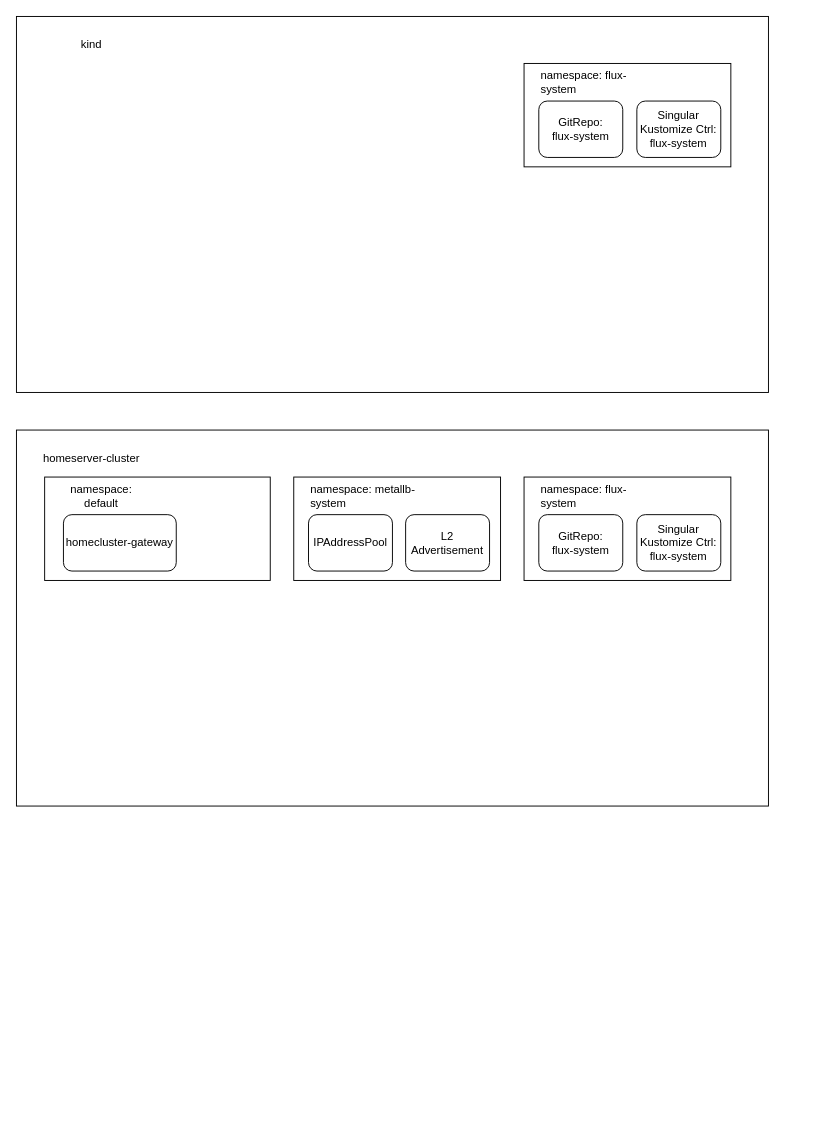
This is docs/system-design.drawio from saapo-ka-baadshah/HomeServer.Infrastructure.GitOps, a draw.io file, before an edit. Source tidied: cells renumbered, new cells numbered last; positions are measured from the earlier drawing's top-left corner, leaving out a move shared by most shapes. Both pictures are drawn from the tidied source at 94%, with x=0, y=0 at pixel (16, 16).
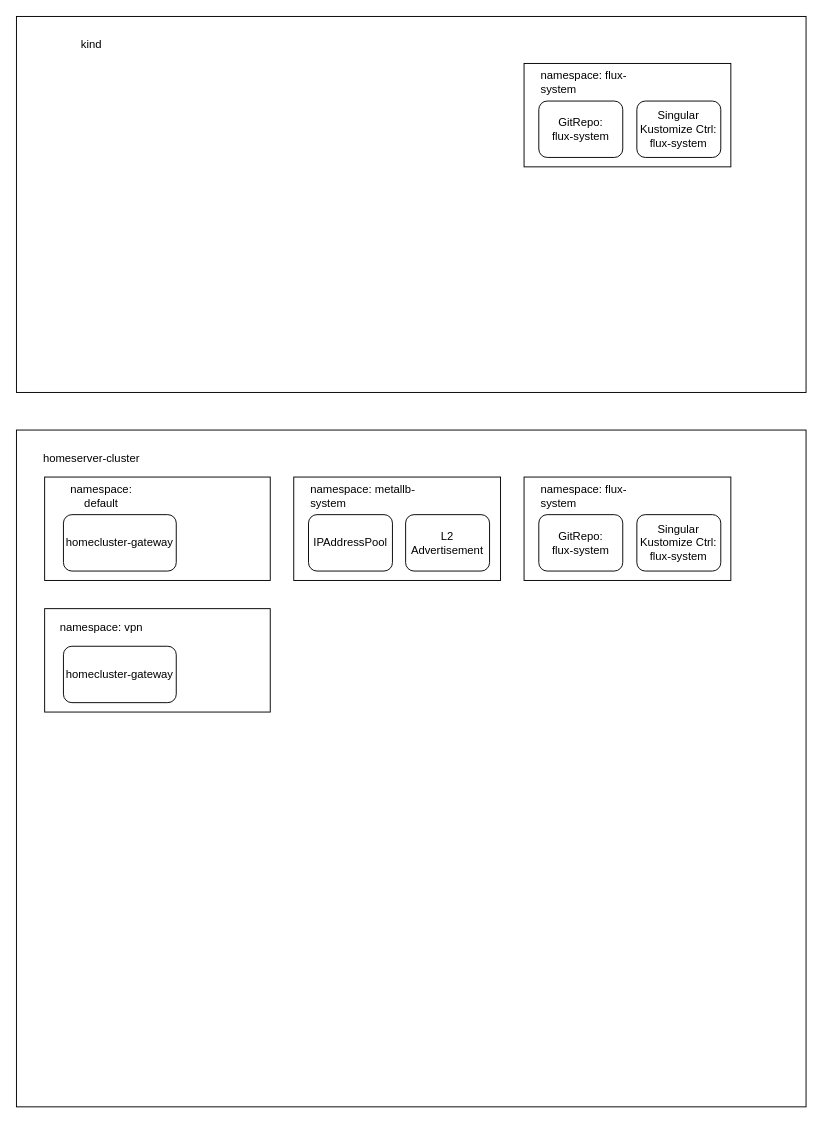
Above is the later version.

Commit message:
Added namespaces for kind cluster

The edit, as a diff of the source:
```diff
@@
     <mxCell id="2" style="rounded=0;whiteSpace=wrap;html=1;" parent="1" vertex="1">
-      <mxGeometry width="800" height="400" as="geometry" />
+      <mxGeometry width="840" height="400" as="geometry" />
     </mxCell>
@@
     <mxCell id="9" style="rounded=0;whiteSpace=wrap;html=1;" parent="1" vertex="1">
-      <mxGeometry y="440" width="800" height="400" as="geometry" />
+      <mxGeometry y="440" width="840" height="720" as="geometry" />
     </mxCell>
@@
+    <mxCell id="25" style="group;align=left;" parent="1" vertex="1">
+      <mxGeometry x="30" y="630" width="240" height="110" as="geometry" />
+    </mxCell>
+    <mxCell id="26" style="rounded=0;whiteSpace=wrap;html=1;" parent="25" vertex="1">
+      <mxGeometry width="240" height="110" as="geometry" />
+    </mxCell>
+    <mxCell id="27" value="namespace: vpn" style="text;html=1;whiteSpace=wrap;strokeColor=none;fillColor=none;align=center;verticalAlign=middle;rounded=0;" parent="25" vertex="1">
+      <mxGeometry x="8.6" y="10" width="102.9" height="20" as="geometry" />
+    </mxCell>
+    <mxCell id="28" value="homecluster-gateway" style="rounded=1;whiteSpace=wrap;html=1;" parent="25" vertex="1">
+      <mxGeometry x="20" y="40" width="120" height="60" as="geometry" />
+    </mxCell>
```
